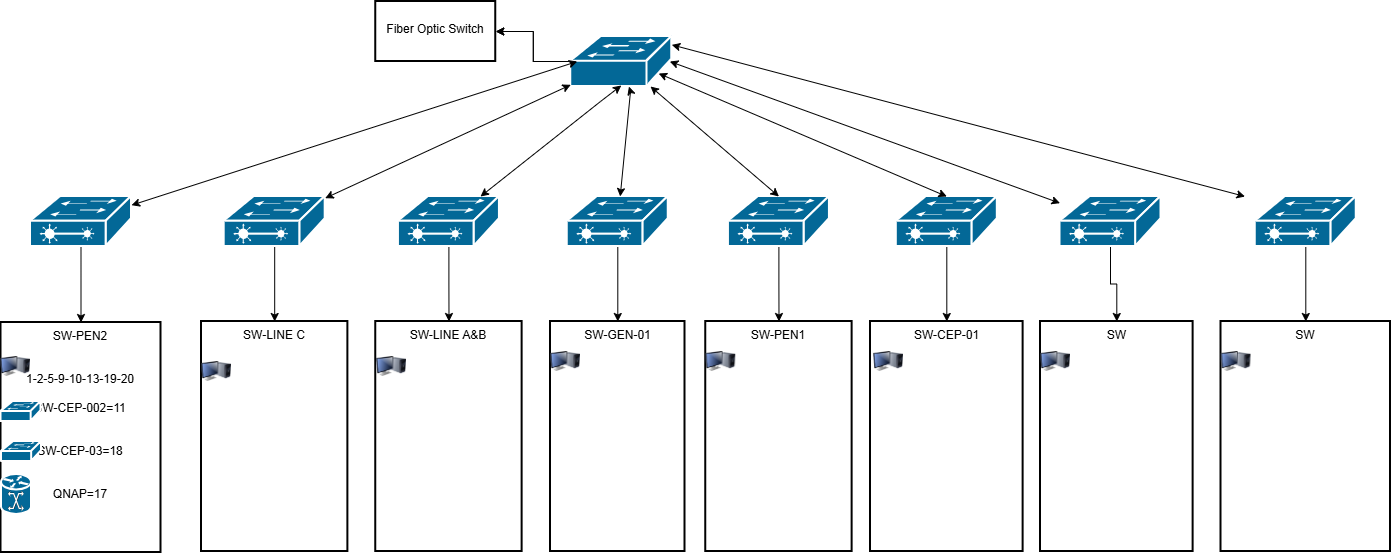
hrezapour21-blip/hasanafa keeps this draw.io diagram as Untitled Diagram.drawio.png. Above is the earlier version. Source tidied: cells renumbered, new cells last; positions are measured from the earlier drawing's top-left corner, leaving out a move shared by most shapes.
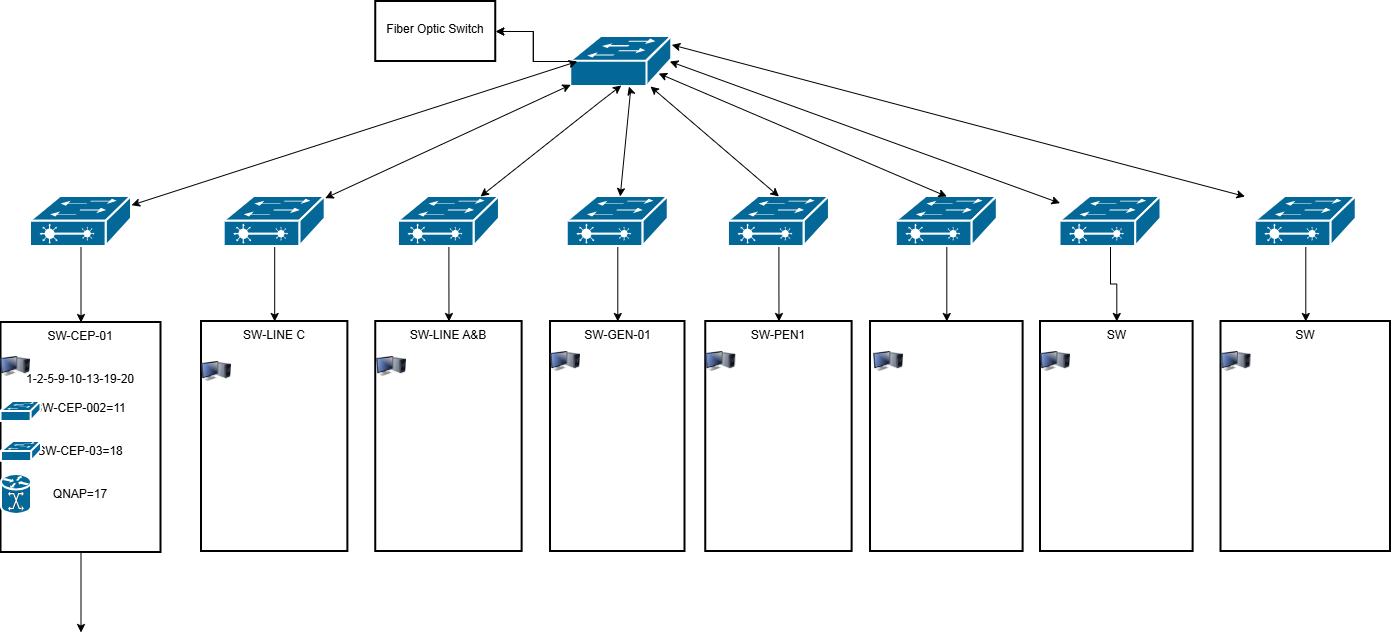
Above is the later version.

Change to the diagram source:
```diff
@@ -74,7 +74,12 @@
     <mxCell id="23" style="endArrow=classic;startArrow=classic;html=1;rounded=0;entryX=0.5;entryY=0;entryDx=0;entryDy=0;entryPerimeter=0;exitX=0.87;exitY=0.74;exitDx=0;exitDy=0;exitPerimeter=0;" parent="1" edge="1" source="4" target="16">
       <mxGeometry relative="1" as="geometry" />
     </mxCell>
+    <mxCell id="49" style="edgeStyle=orthogonalEdgeStyle;rounded=0;jettySize=auto;html=1;" parent="1" edge="1" source="24">
+      <mxGeometry relative="1" as="geometry">
+        <mxPoint x="80.5" y="631" as="targetPoint" />
+      </mxGeometry>
+    </mxCell>
-    <mxCell id="24" value="SW-PEN2&lt;div&gt;&lt;br&gt;&lt;/div&gt;&lt;div&gt;&lt;br&gt;&lt;/div&gt;&lt;div&gt;1-2-5-9-10-13-19-20&lt;/div&gt;&lt;div&gt;&lt;br&gt;&lt;/div&gt;&lt;div&gt;SW-CEP-002=11&lt;/div&gt;&lt;div&gt;&lt;br&gt;&lt;/div&gt;&lt;div&gt;&lt;br&gt;&lt;/div&gt;&lt;div&gt;SW-CEP-03=18&lt;/div&gt;&lt;div&gt;&lt;br&gt;&lt;/div&gt;&lt;div&gt;&lt;br&gt;&lt;/div&gt;&lt;div&gt;QNAP=17&lt;/div&gt;&lt;div&gt;&lt;br&gt;&lt;/div&gt;" style="whiteSpace=wrap;html=1;verticalAlign=top;sketch=0;dashed=0;strokeWidth=2;align=center;" parent="1" vertex="1">
+    <mxCell id="24" value="SW-CEP-01&lt;br&gt;&lt;div&gt;&lt;br&gt;&lt;/div&gt;&lt;div&gt;&lt;br&gt;&lt;/div&gt;&lt;div&gt;1-2-5-9-10-13-19-20&lt;/div&gt;&lt;div&gt;&lt;br&gt;&lt;/div&gt;&lt;div&gt;SW-CEP-002=11&lt;/div&gt;&lt;div&gt;&lt;br&gt;&lt;/div&gt;&lt;div&gt;&lt;br&gt;&lt;/div&gt;&lt;div&gt;SW-CEP-03=18&lt;/div&gt;&lt;div&gt;&lt;br&gt;&lt;/div&gt;&lt;div&gt;&lt;br&gt;&lt;/div&gt;&lt;div&gt;QNAP=17&lt;/div&gt;&lt;div&gt;&lt;br&gt;&lt;/div&gt;" style="whiteSpace=wrap;html=1;verticalAlign=top;sketch=0;dashed=0;strokeWidth=2;align=center;" parent="1" vertex="1">
       <mxGeometry x="0.5" y="321" width="160" height="230" as="geometry" />
     </mxCell>
     <mxCell id="25" value="SW-LINE C" style="whiteSpace=wrap;html=1;verticalAlign=top;sketch=0;dashed=0;strokeWidth=2;" parent="1" vertex="1">
@@ -89,7 +94,7 @@
     <mxCell id="28" value="SW-PEN1" style="whiteSpace=wrap;html=1;verticalAlign=top;sketch=0;dashed=0;strokeWidth=2;" parent="1" vertex="1">
       <mxGeometry x="705.2" y="320" width="146.4" height="230" as="geometry" />
     </mxCell>
-    <mxCell id="29" value="SW-CEP-01" style="whiteSpace=wrap;html=1;verticalAlign=top;sketch=0;dashed=0;strokeWidth=2;" parent="1" vertex="1">
+    <mxCell id="29" style="whiteSpace=wrap;html=1;verticalAlign=top;sketch=0;dashed=0;strokeWidth=2;" parent="1" vertex="1">
       <mxGeometry x="870" y="320" width="152.6" height="230" as="geometry" />
     </mxCell>
     <mxCell id="30" value="SW" style="whiteSpace=wrap;html=1;verticalAlign=top;sketch=0;dashed=0;strokeWidth=2;" parent="1" vertex="1">
```
